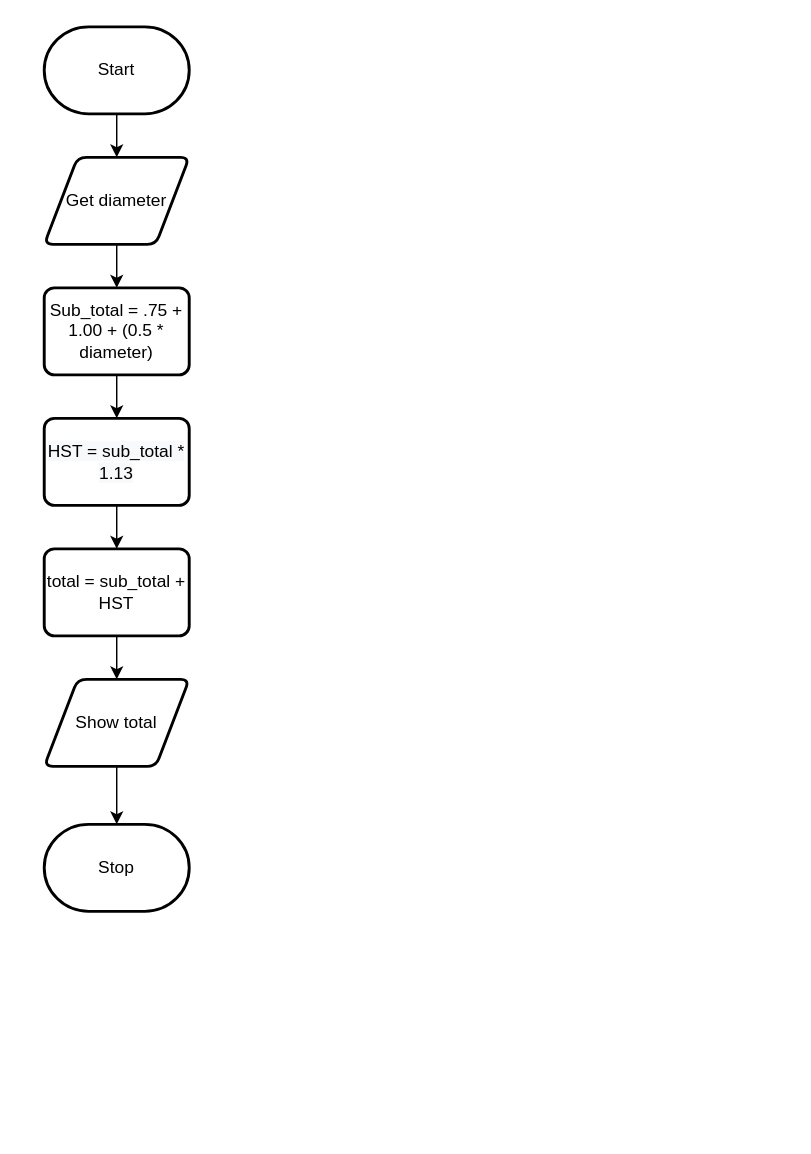
This is Draw.io/Flowchart.drawio from Peter-Gemmell/ICS3U-Assignment-3-Python, a draw.io file, before an edit. Source tidied: cells renumbered, new cells numbered last; positions are measured from the earlier drawing's top-left corner, leaving out a move shared by most shapes. Both pictures are drawn from the tidied source at 145%, with x=0, y=0 at pixel (44, 26).
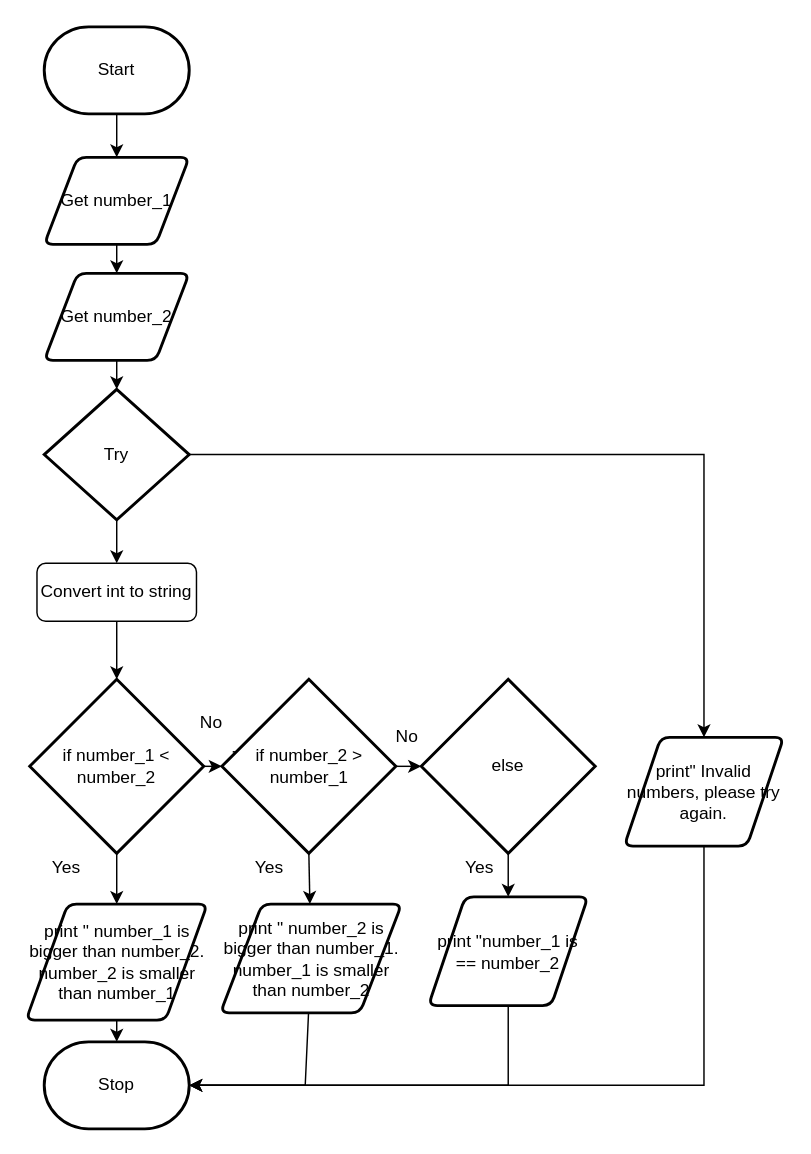
Above is the later version.

Diff of the diagram source:
```diff
@@
-    <mxCell id="4" style="edgeStyle=none;html=1;" parent="1" edge="1" source="5" target="7">
+    <mxCell id="4" style="edgeStyle=none;html=1;entryX=0.5;entryY=0;entryDx=0;entryDy=0;" parent="1" edge="1" source="5" target="12">
       <mxGeometry relative="1" as="geometry" />
     </mxCell>
-    <mxCell id="5" value="Get diameter" style="shape=parallelogram;html=1;strokeWidth=2;perimeter=parallelogramPerimeter;whiteSpace=wrap;rounded=1;arcSize=12;size=0.23;" parent="1" vertex="1">
+    <mxCell id="5" value="Get number_1" style="shape=parallelogram;html=1;strokeWidth=2;perimeter=parallelogramPerimeter;whiteSpace=wrap;rounded=1;arcSize=12;size=0.23;" parent="1" vertex="1">
       <mxGeometry y="90" width="100" height="60" as="geometry" />
     </mxCell>
-    <mxCell id="6" style="edgeStyle=none;html=1;" parent="1" edge="1" source="7" target="9">
-      <mxGeometry relative="1" as="geometry" />
-    </mxCell>
-    <mxCell id="7" value="&lt;span&gt;Sub_total = .75 + 1.00 + (0.5 * diameter)&lt;/span&gt;" style="rounded=1;whiteSpace=wrap;html=1;absoluteArcSize=1;arcSize=14;strokeWidth=2;" parent="1" vertex="1">
-      <mxGeometry y="180" width="100" height="60" as="geometry" />
-    </mxCell>
-    <mxCell id="8" style="edgeStyle=none;html=1;" parent="1" edge="1" source="9" target="11">
-      <mxGeometry relative="1" as="geometry" />
-    </mxCell>
-    <mxCell id="9" value="&#10;&#10;&lt;span style=&quot;color: rgb(0, 0, 0); font-family: helvetica; font-size: 12px; font-style: normal; font-weight: 400; letter-spacing: normal; text-align: center; text-indent: 0px; text-transform: none; word-spacing: 0px; background-color: rgb(248, 249, 250); display: inline; float: none;&quot;&gt;HST = sub_total * 1.13&lt;/span&gt;&#10;&#10;" style="rounded=1;whiteSpace=wrap;html=1;absoluteArcSize=1;arcSize=14;strokeWidth=2;" parent="1" vertex="1">
-      <mxGeometry y="270" width="100" height="60" as="geometry" />
-    </mxCell>
-    <mxCell id="10" style="edgeStyle=none;html=1;" parent="1" edge="1" source="11" target="13">
-      <mxGeometry relative="1" as="geometry" />
-    </mxCell>
-    <mxCell id="11" value="&lt;span&gt;total = sub_total + HST&lt;/span&gt;" style="rounded=1;whiteSpace=wrap;html=1;absoluteArcSize=1;arcSize=14;strokeWidth=2;" parent="1" vertex="1">
-      <mxGeometry y="360" width="100" height="60" as="geometry" />
-    </mxCell>
+    <mxCell id="15" style="edgeStyle=none;html=1;entryX=0.5;entryY=0;entryDx=0;entryDy=0;entryPerimeter=0;" parent="1" edge="1" source="12" target="18">
+      <mxGeometry relative="1" as="geometry" />
+    </mxCell>
-    <mxCell id="12" style="edgeStyle=none;html=1;" parent="1" edge="1" source="13" target="14">
-      <mxGeometry relative="1" as="geometry" />
+    <mxCell id="12" value="Get number_2" style="shape=parallelogram;html=1;strokeWidth=2;perimeter=parallelogramPerimeter;whiteSpace=wrap;rounded=1;arcSize=12;size=0.23;" parent="1" vertex="1">
+      <mxGeometry y="170" width="100" height="60" as="geometry" />
     </mxCell>
-    <mxCell id="13" value="Show total" style="shape=parallelogram;html=1;strokeWidth=2;perimeter=parallelogramPerimeter;whiteSpace=wrap;rounded=1;arcSize=12;size=0.23;" parent="1" vertex="1">
-      <mxGeometry y="450" width="100" height="60" as="geometry" />
-    </mxCell>
+    <mxCell id="16" style="edgeStyle=none;html=1;entryX=0.5;entryY=0;entryDx=0;entryDy=0;" parent="1" edge="1" source="18" target="19">
+      <mxGeometry relative="1" as="geometry" />
+    </mxCell>
+    <mxCell id="17" style="edgeStyle=none;html=1;entryX=0.5;entryY=0;entryDx=0;entryDy=0;exitX=1;exitY=0.5;exitDx=0;exitDy=0;exitPerimeter=0;rounded=0;" parent="1" edge="1" source="18" target="40">
+      <mxGeometry relative="1" as="geometry">
+        <Array as="points">
+          <mxPoint x="455" y="295" />
+        </Array>
+      </mxGeometry>
+    </mxCell>
+    <mxCell id="18" value="Try" style="strokeWidth=2;html=1;shape=mxgraph.flowchart.decision;whiteSpace=wrap;" parent="1" vertex="1">
+      <mxGeometry y="250" width="100" height="90" as="geometry" />
+    </mxCell>
+    <mxCell id="19" value="Convert int to string" style="rounded=1;whiteSpace=wrap;html=1;" parent="1" vertex="1">
+      <mxGeometry x="-5" y="370" width="110" height="40" as="geometry" />
+    </mxCell>
+    <mxCell id="20" style="edgeStyle=none;html=1;entryX=0.5;entryY=0;entryDx=0;entryDy=0;entryPerimeter=0;exitX=0.5;exitY=1;exitDx=0;exitDy=0;" parent="1" edge="1" source="19" target="25">
+      <mxGeometry relative="1" as="geometry" />
+    </mxCell>
+    <mxCell id="21" style="edgeStyle=none;html=1;" parent="1" edge="1" source="22" target="14">
+      <mxGeometry relative="1" as="geometry" />
+    </mxCell>
+    <mxCell id="22" value="print &quot; number_1 is bigger than number_2.&lt;br&gt;number_2 is smaller than number_1" style="shape=parallelogram;html=1;strokeWidth=2;perimeter=parallelogramPerimeter;whiteSpace=wrap;rounded=1;arcSize=12;size=0.23;" parent="1" vertex="1">
+      <mxGeometry x="-12.5" y="605" width="125" height="80" as="geometry" />
+    </mxCell>
     <mxCell id="14" value="Stop" style="strokeWidth=2;html=1;shape=mxgraph.flowchart.terminator;whiteSpace=wrap;" parent="1" vertex="1">
-      <mxGeometry y="550" width="100" height="60" as="geometry" />
+      <mxGeometry y="700" width="100" height="60" as="geometry" />
     </mxCell>
+    <mxCell id="23" style="edgeStyle=none;html=1;" parent="1" edge="1" source="25" target="22">
+      <mxGeometry relative="1" as="geometry" />
+    </mxCell>
+    <mxCell id="24" style="edgeStyle=none;html=1;exitX=1;exitY=0.5;exitDx=0;exitDy=0;exitPerimeter=0;rounded=0;startArrow=none;" parent="1" edge="1" target="29">
+      <mxGeometry relative="1" as="geometry">
+        <mxPoint x="130" y="500" as="sourcePoint" />
+        <Array as="points">
+          <mxPoint x="232" y="510" />
+        </Array>
+      </mxGeometry>
+    </mxCell>
+    <mxCell id="25" value="if number_1 &amp;lt; number_2" style="strokeWidth=2;html=1;shape=mxgraph.flowchart.decision;whiteSpace=wrap;" parent="1" vertex="1">
+      <mxGeometry x="-10" y="450" width="120" height="120" as="geometry" />
+    </mxCell>
+    <mxCell id="26" value="Yes" style="text;html=1;align=center;verticalAlign=middle;strokeColor=none;fillColor=none;" parent="1" vertex="1">
+      <mxGeometry x="-5" y="570" width="40" height="20" as="geometry" />
+    </mxCell>
+    <mxCell id="27" style="edgeStyle=none;html=1;exitX=0.5;exitY=1;exitDx=0;exitDy=0;exitPerimeter=0;" parent="1" edge="1" source="29" target="31">
+      <mxGeometry relative="1" as="geometry" />
+    </mxCell>
+    <mxCell id="28" style="edgeStyle=none;html=1;exitX=1;exitY=0.5;exitDx=0;exitDy=0;exitPerimeter=0;rounded=0;entryX=0;entryY=0.5;entryDx=0;entryDy=0;entryPerimeter=0;" parent="1" edge="1" source="29" target="37">
+      <mxGeometry relative="1" as="geometry" />
+    </mxCell>
+    <mxCell id="29" value="if number_2 &amp;gt; number_1" style="strokeWidth=2;html=1;shape=mxgraph.flowchart.decision;whiteSpace=wrap;" parent="1" vertex="1">
+      <mxGeometry x="122.5" y="450" width="120" height="120" as="geometry" />
+    </mxCell>
+    <mxCell id="30" style="edgeStyle=none;html=1;entryX=1;entryY=0.5;entryDx=0;entryDy=0;entryPerimeter=0;rounded=0;" parent="1" edge="1" source="31" target="14">
+      <mxGeometry relative="1" as="geometry">
+        <Array as="points">
+          <mxPoint x="180" y="730" />
+        </Array>
+      </mxGeometry>
+    </mxCell>
+    <mxCell id="31" value="print &quot; number_2 is bigger than number_1.&lt;br&gt;number_1 is smaller than number_2" style="shape=parallelogram;html=1;strokeWidth=2;perimeter=parallelogramPerimeter;whiteSpace=wrap;rounded=1;arcSize=12;size=0.23;" parent="1" vertex="1">
+      <mxGeometry x="121.5" y="605" width="125" height="75" as="geometry" />
+    </mxCell>
+    <mxCell id="32" style="edgeStyle=none;rounded=0;html=1;entryX=1;entryY=0.5;entryDx=0;entryDy=0;entryPerimeter=0;" parent="1" edge="1" source="33" target="14">
+      <mxGeometry relative="1" as="geometry">
+        <Array as="points">
+          <mxPoint x="320" y="730" />
+        </Array>
+      </mxGeometry>
+    </mxCell>
+    <mxCell id="33" value="print &quot;number_1 is == number_2" style="shape=parallelogram;html=1;strokeWidth=2;perimeter=parallelogramPerimeter;whiteSpace=wrap;rounded=1;arcSize=12;size=0.23;" parent="1" vertex="1">
+      <mxGeometry x="265" y="600" width="110" height="75" as="geometry" />
+    </mxCell>
+    <mxCell id="34" value="Yes" style="text;html=1;align=center;verticalAlign=middle;strokeColor=none;fillColor=none;" parent="1" vertex="1">
+      <mxGeometry x="135" y="570" width="40" height="20" as="geometry" />
+    </mxCell>
+    <mxCell id="35" value="No&lt;br&gt;" style="text;html=1;align=center;verticalAlign=middle;strokeColor=none;fillColor=none;" parent="1" vertex="1">
+      <mxGeometry x="235" y="480" width="30" height="20" as="geometry" />
+    </mxCell>
+    <mxCell id="36" style="edgeStyle=none;html=1;entryX=0.5;entryY=0;entryDx=0;entryDy=0;" parent="1" edge="1" source="37" target="33">
+      <mxGeometry relative="1" as="geometry" />
+    </mxCell>
+    <mxCell id="37" value="else" style="strokeWidth=2;html=1;shape=mxgraph.flowchart.decision;whiteSpace=wrap;" parent="1" vertex="1">
+      <mxGeometry x="260" y="450" width="120" height="120" as="geometry" />
+    </mxCell>
+    <mxCell id="38" value="Yes" style="text;html=1;align=center;verticalAlign=middle;strokeColor=none;fillColor=none;" parent="1" vertex="1">
+      <mxGeometry x="280" y="570" width="40" height="20" as="geometry" />
+    </mxCell>
+    <mxCell id="39" style="edgeStyle=none;rounded=0;html=1;" parent="1" edge="1" source="40">
+      <mxGeometry relative="1" as="geometry">
+        <mxPoint x="100" y="730" as="targetPoint" />
+        <Array as="points">
+          <mxPoint x="455" y="730" />
+        </Array>
+      </mxGeometry>
+    </mxCell>
+    <mxCell id="40" value="print&quot; Invalid numbers, please try again." style="shape=parallelogram;html=1;strokeWidth=2;perimeter=parallelogramPerimeter;whiteSpace=wrap;rounded=1;arcSize=12;size=0.23;" parent="1" vertex="1">
+      <mxGeometry x="400" y="490" width="110" height="75" as="geometry" />
+    </mxCell>
+    <mxCell id="41" style="edgeStyle=none;html=1;exitX=1;exitY=0.5;exitDx=0;exitDy=0;exitPerimeter=0;rounded=0;endArrow=none;" parent="1" edge="1" source="25">
+      <mxGeometry relative="1" as="geometry">
+        <mxPoint x="110" y="510" as="targetPoint" />
+      </mxGeometry>
+    </mxCell>
+    <mxCell id="42" value="No&lt;br&gt;" style="text;html=1;align=center;verticalAlign=middle;strokeColor=none;fillColor=none;" parent="1" vertex="1">
+      <mxGeometry x="100" y="470" width="30" height="20" as="geometry" />
+    </mxCell>
+    <mxCell id="43" style="edgeStyle=none;html=1;rounded=0;entryX=0;entryY=0.5;entryDx=0;entryDy=0;entryPerimeter=0;exitX=1;exitY=0.5;exitDx=0;exitDy=0;exitPerimeter=0;" parent="1" edge="1" source="25" target="29">
+      <mxGeometry relative="1" as="geometry" />
+    </mxCell>
```
